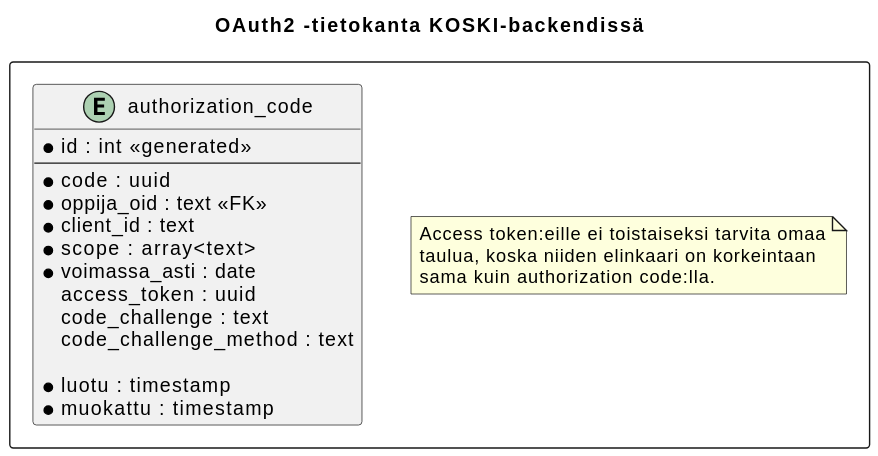
Above: documentation/kuvat/svg/oauth2tietokanta.svg in Opetushallitus/koski (PlantUML), before the change.
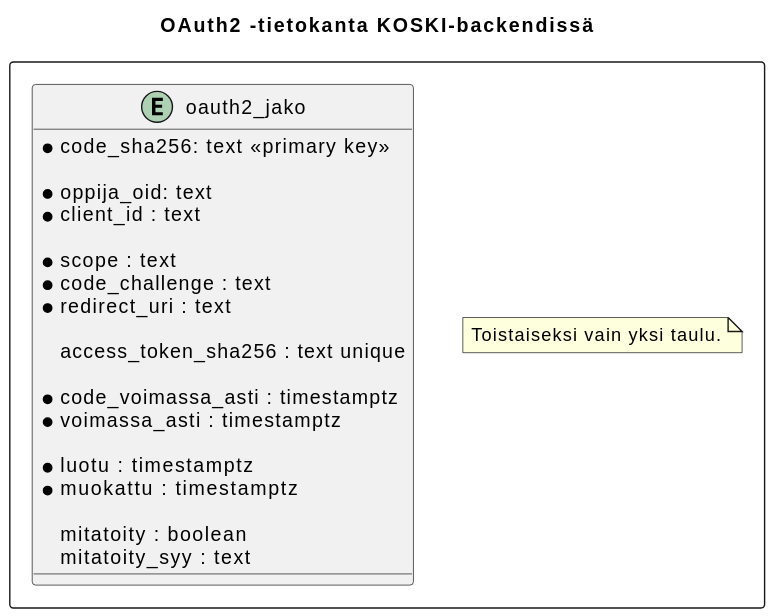
After the change.

Commit message:
Päivitä OAuth2-dokumentaatioon toteutuspäätökset

Diff of the diagram source:
```diff
@@ -3,25 +3,29 @@
 rectangle #White {
 
 Note as taulu
- Access token:eille ei toistaiseksi tarvita omaa
- taulua, koska niiden elinkaari on korkeintaan
- sama kuin authorization code:lla.
+ Toistaiseksi vain yksi taulu.
 end note
 
-entity "authorization_code" as auth {
-  *id : int <<generated>>
-  --
-  *code : uuid
-  *oppija_oid : text <<FK>>
+entity "oauth2_jako" as auth {
+  *code_sha256: text <<primary key>>
+
+  *oppija_oid: text
   *client_id : text
-  *scope : array<text>
-  *voimassa_asti : date
-  access_token : uuid
-  code_challenge : text
-  code_challenge_method : text
 
-  *luotu : timestamp
-  *muokattu : timestamp
+  *scope : text
+  *code_challenge : text
+  *redirect_uri : text
+
+  access_token_sha256 : text unique
+
+  *code_voimassa_asti : timestamptz
+  *voimassa_asti : timestamptz
+
+  *luotu : timestamptz
+  *muokattu : timestamptz
+
+  mitatoity : boolean
+  mitatoity_syy : text
 }
 
 }
```
